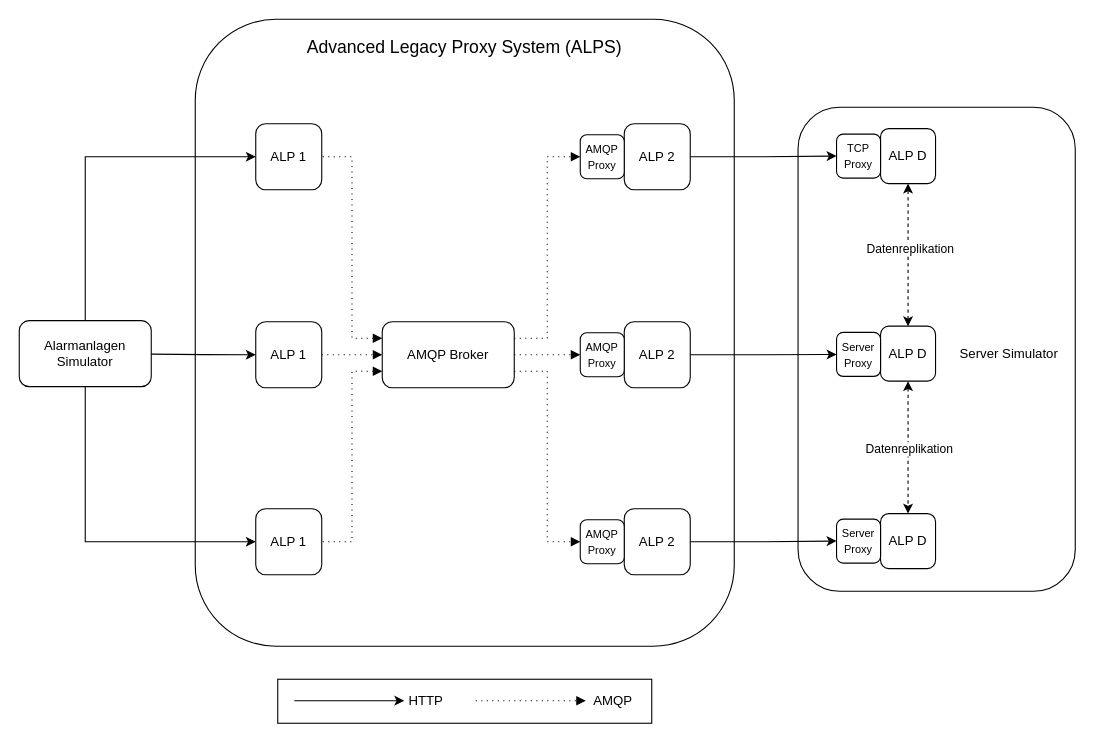
Earlier version of the draw.io diagram drawio/exp_alps.drawio (JadKHaddad/MT). Source tidied: cells renumbered, new cells numbered last; positions are measured from the earlier drawing's top-left corner, leaving out a move shared by most shapes. Both pictures are drawn from the tidied source at 110%, with x=0, y=0 at pixel (19, 19).
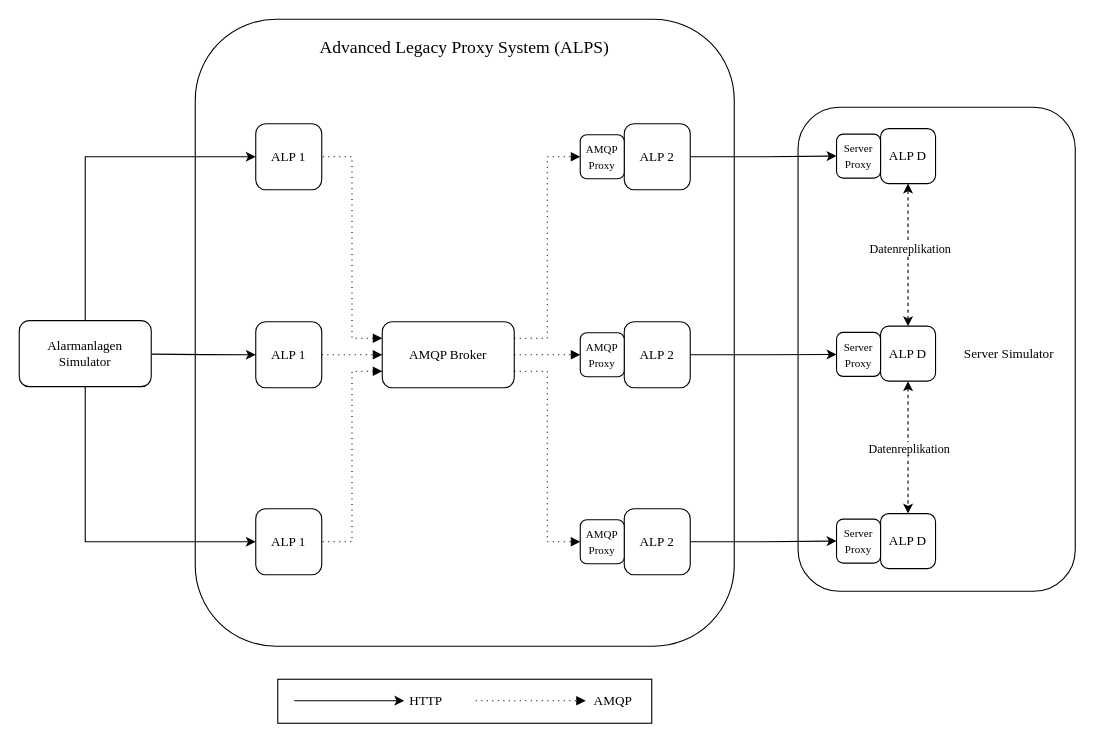
After the change.

The edit, as a diff of the source:
```diff
@@
-    <mxCell id="2" style="rounded=1;whiteSpace=wrap;html=1;textShadow=0;" parent="1" vertex="1">
+    <mxCell id="2" style="rounded=1;whiteSpace=wrap;html=1;textShadow=0;fontFamily=Times New Roman;" parent="1" vertex="1">
       <mxGeometry x="708" y="80" width="252" height="440" as="geometry" />
     </mxCell>
-    <mxCell id="3" style="rounded=1;whiteSpace=wrap;html=1;" parent="1" vertex="1">
+    <mxCell id="3" style="rounded=1;whiteSpace=wrap;html=1;fontFamily=Times New Roman;" parent="1" vertex="1">
       <mxGeometry x="160" width="490" height="570" as="geometry" />
     </mxCell>
-    <mxCell id="4" value="ALP 1" style="rounded=1;whiteSpace=wrap;html=1;" parent="1" vertex="1">
+    <mxCell id="4" value="ALP 1" style="rounded=1;whiteSpace=wrap;html=1;fontFamily=Times New Roman;" parent="1" vertex="1">
       <mxGeometry x="215" y="95" width="60" height="60" as="geometry" />
     </mxCell>
-    <mxCell id="5" style="edgeStyle=orthogonalEdgeStyle;rounded=0;jettySize=auto;html=1;" parent="1" edge="1" source="6" target="41">
+    <mxCell id="5" style="edgeStyle=orthogonalEdgeStyle;rounded=0;jettySize=auto;html=1;fontFamily=Times New Roman;" parent="1" edge="1" source="6" target="41">
       <mxGeometry relative="1" as="geometry" />
     </mxCell>
-    <mxCell id="6" value="ALP 2" style="rounded=1;whiteSpace=wrap;html=1;" parent="1" vertex="1">
+    <mxCell id="6" value="ALP 2" style="rounded=1;whiteSpace=wrap;html=1;fontFamily=Times New Roman;" parent="1" vertex="1">
       <mxGeometry x="550" y="95" width="60" height="60" as="geometry" />
     </mxCell>
-    <mxCell id="7" value="AMQP Broker" style="rounded=1;whiteSpace=wrap;html=1;" parent="1" vertex="1">
+    <mxCell id="7" value="AMQP Broker" style="rounded=1;whiteSpace=wrap;html=1;fontFamily=Times New Roman;" parent="1" vertex="1">
       <mxGeometry x="330" y="275" width="120" height="60" as="geometry" />
     </mxCell>
-    <mxCell id="8" style="edgeStyle=orthogonalEdgeStyle;rounded=0;jettySize=auto;html=1;exitX=1;exitY=0.5;exitDx=0;exitDy=0;entryX=0;entryY=0.5;entryDx=0;entryDy=0;dashed=1;dashPattern=1 4;endArrow=block;endFill=1;" parent="1" edge="1" source="14" target="7">
+    <mxCell id="8" style="edgeStyle=orthogonalEdgeStyle;rounded=0;jettySize=auto;html=1;exitX=1;exitY=0.5;exitDx=0;exitDy=0;entryX=0;entryY=0.5;entryDx=0;entryDy=0;dashed=1;dashPattern=1 4;endArrow=block;endFill=1;fontFamily=Times New Roman;" parent="1" edge="1" source="14" target="7">
       <mxGeometry relative="1" as="geometry" />
     </mxCell>
-    <mxCell id="9" style="edgeStyle=orthogonalEdgeStyle;rounded=0;jettySize=auto;html=1;entryX=0;entryY=0.5;entryDx=0;entryDy=0;" parent="1" edge="1" source="10" target="42">
+    <mxCell id="9" style="edgeStyle=orthogonalEdgeStyle;rounded=0;jettySize=auto;html=1;entryX=0;entryY=0.5;entryDx=0;entryDy=0;fontFamily=Times New Roman;" parent="1" edge="1" source="10" target="42">
       <mxGeometry relative="1" as="geometry" />
     </mxCell>
-    <mxCell id="10" value="ALP 2" style="rounded=1;whiteSpace=wrap;html=1;" parent="1" vertex="1">
+    <mxCell id="10" value="ALP 2" style="rounded=1;whiteSpace=wrap;html=1;fontFamily=Times New Roman;" parent="1" vertex="1">
       <mxGeometry x="550" y="275" width="60" height="60" as="geometry" />
     </mxCell>
-    <mxCell id="11" style="edgeStyle=orthogonalEdgeStyle;rounded=0;jettySize=auto;html=1;entryX=0;entryY=0.5;entryDx=0;entryDy=0;" parent="1" edge="1" source="12" target="43">
+    <mxCell id="11" style="edgeStyle=orthogonalEdgeStyle;rounded=0;jettySize=auto;html=1;entryX=0;entryY=0.5;entryDx=0;entryDy=0;fontFamily=Times New Roman;" parent="1" edge="1" source="12" target="43">
       <mxGeometry relative="1" as="geometry" />
     </mxCell>
-    <mxCell id="12" value="ALP 2" style="rounded=1;whiteSpace=wrap;html=1;" parent="1" vertex="1">
+    <mxCell id="12" value="ALP 2" style="rounded=1;whiteSpace=wrap;html=1;fontFamily=Times New Roman;" parent="1" vertex="1">
       <mxGeometry x="550" y="445" width="60" height="60" as="geometry" />
     </mxCell>
-    <mxCell id="13" style="edgeStyle=orthogonalEdgeStyle;rounded=0;jettySize=auto;html=1;exitX=0;exitY=0.25;exitDx=0;exitDy=0;dashed=1;dashPattern=1 4;endArrow=none;endFill=0;startArrow=block;startFill=1;entryX=1;entryY=0.5;entryDx=0;entryDy=0;" parent="1" edge="1" source="7" target="4">
+    <mxCell id="13" style="edgeStyle=orthogonalEdgeStyle;rounded=0;jettySize=auto;html=1;exitX=0;exitY=0.25;exitDx=0;exitDy=0;dashed=1;dashPattern=1 4;endArrow=none;endFill=0;startArrow=block;startFill=1;entryX=1;entryY=0.5;entryDx=0;entryDy=0;fontFamily=Times New Roman;" parent="1" edge="1" source="7" target="4">
       <mxGeometry relative="1" as="geometry" />
     </mxCell>
-    <mxCell id="14" value="ALP 1" style="rounded=1;whiteSpace=wrap;html=1;" parent="1" vertex="1">
+    <mxCell id="14" value="ALP 1" style="rounded=1;whiteSpace=wrap;html=1;fontFamily=Times New Roman;" parent="1" vertex="1">
       <mxGeometry x="215" y="275" width="60" height="60" as="geometry" />
     </mxCell>
-    <mxCell id="15" value="ALP 1" style="rounded=1;whiteSpace=wrap;html=1;" parent="1" vertex="1">
+    <mxCell id="15" value="ALP 1" style="rounded=1;whiteSpace=wrap;html=1;fontFamily=Times New Roman;" parent="1" vertex="1">
       <mxGeometry x="215" y="445" width="60" height="60" as="geometry" />
     </mxCell>
-    <mxCell id="16" value="Advanced Legacy Proxy System (ALPS)" style="text;html=1;whiteSpace=wrap;strokeColor=none;fillColor=none;align=center;verticalAlign=middle;rounded=0;fontSize=16;" parent="1" vertex="1">
+    <mxCell id="16" value="Advanced Legacy Proxy System (ALPS)" style="text;html=1;whiteSpace=wrap;strokeColor=none;fillColor=none;align=center;verticalAlign=middle;rounded=0;fontSize=16;fontFamily=Times New Roman;" parent="1" vertex="1">
       <mxGeometry x="260" y="10" width="290" height="30" as="geometry" />
     </mxCell>
-    <mxCell id="17" style="rounded=0;whiteSpace=wrap;html=1;" parent="1" vertex="1">
+    <mxCell id="17" style="rounded=0;whiteSpace=wrap;html=1;fontFamily=Times New Roman;" parent="1" vertex="1">
       <mxGeometry x="235" y="600" width="340" height="40" as="geometry" />
     </mxCell>
-    <mxCell id="18" style="endArrow=classic;html=1;rounded=0;" parent="1" edge="1">
+    <mxCell id="18" style="endArrow=classic;html=1;rounded=0;fontFamily=Times New Roman;" parent="1" edge="1">
       <mxGeometry relative="1" as="geometry">
         <mxPoint x="250" y="619.5" as="sourcePoint" />
         <mxPoint x="350" y="619.5" as="targetPoint" />
       </mxGeometry>
     </mxCell>
-    <mxCell id="19" value="HTTP" style="text;html=1;whiteSpace=wrap;strokeColor=none;fillColor=none;align=center;verticalAlign=middle;rounded=0;" parent="1" vertex="1">
+    <mxCell id="19" value="HTTP" style="text;html=1;whiteSpace=wrap;strokeColor=none;fillColor=none;align=center;verticalAlign=middle;rounded=0;fontFamily=Times New Roman;" parent="1" vertex="1">
       <mxGeometry x="340" y="605" width="60" height="30" as="geometry" />
     </mxCell>
-    <mxCell id="20" style="endArrow=block;html=1;rounded=0;dashed=1;dashPattern=1 4;endFill=1;" parent="1" edge="1">
+    <mxCell id="20" style="endArrow=block;html=1;rounded=0;dashed=1;dashPattern=1 4;endFill=1;fontFamily=Times New Roman;" parent="1" edge="1">
       <mxGeometry relative="1" as="geometry">
         <mxPoint x="415" y="619.5" as="sourcePoint" />
         <mxPoint x="515" y="619.5" as="targetPoint" />
       </mxGeometry>
     </mxCell>
-    <mxCell id="21" value="AMQP" style="text;html=1;whiteSpace=wrap;strokeColor=none;fillColor=none;align=center;verticalAlign=middle;rounded=0;" parent="1" vertex="1">
+    <mxCell id="21" value="AMQP" style="text;html=1;whiteSpace=wrap;strokeColor=none;fillColor=none;align=center;verticalAlign=middle;rounded=0;fontFamily=Times New Roman;" parent="1" vertex="1">
       <mxGeometry x="510" y="605" width="60" height="30" as="geometry" />
     </mxCell>
-    <mxCell id="22" style="edgeStyle=orthogonalEdgeStyle;rounded=0;jettySize=auto;html=1;exitX=0;exitY=0.75;exitDx=0;exitDy=0;dashed=1;dashPattern=1 4;endArrow=none;endFill=0;startArrow=block;startFill=1;entryX=1;entryY=0.5;entryDx=0;entryDy=0;" parent="1" edge="1" source="7" target="15">
+    <mxCell id="22" style="edgeStyle=orthogonalEdgeStyle;rounded=0;jettySize=auto;html=1;exitX=0;exitY=0.75;exitDx=0;exitDy=0;dashed=1;dashPattern=1 4;endArrow=none;endFill=0;startArrow=block;startFill=1;entryX=1;entryY=0.5;entryDx=0;entryDy=0;fontFamily=Times New Roman;" parent="1" edge="1" source="7" target="15">
       <mxGeometry relative="1" as="geometry" />
     </mxCell>
-    <mxCell id="23" style="edgeStyle=orthogonalEdgeStyle;rounded=0;jettySize=auto;html=1;exitX=1;exitY=0.5;exitDx=0;exitDy=0;entryX=0;entryY=0.5;entryDx=0;entryDy=0;dashed=1;dashPattern=1 4;endArrow=block;endFill=1;" parent="1" edge="1" source="7" target="35">
+    <mxCell id="23" style="edgeStyle=orthogonalEdgeStyle;rounded=0;jettySize=auto;html=1;exitX=1;exitY=0.5;exitDx=0;exitDy=0;entryX=0;entryY=0.5;entryDx=0;entryDy=0;dashed=1;dashPattern=1 4;endArrow=block;endFill=1;fontFamily=Times New Roman;" parent="1" edge="1" source="7" target="35">
       <mxGeometry relative="1" as="geometry" />
     </mxCell>
-    <mxCell id="24" style="edgeStyle=orthogonalEdgeStyle;rounded=0;jettySize=auto;html=1;exitX=1;exitY=0.75;exitDx=0;exitDy=0;entryX=0;entryY=0.5;entryDx=0;entryDy=0;dashed=1;dashPattern=1 4;endArrow=block;endFill=1;" parent="1" edge="1" source="7" target="36">
+    <mxCell id="24" style="edgeStyle=orthogonalEdgeStyle;rounded=0;jettySize=auto;html=1;exitX=1;exitY=0.75;exitDx=0;exitDy=0;entryX=0;entryY=0.5;entryDx=0;entryDy=0;dashed=1;dashPattern=1 4;endArrow=block;endFill=1;fontFamily=Times New Roman;" parent="1" edge="1" source="7" target="36">
       <mxGeometry relative="1" as="geometry" />
     </mxCell>
-    <mxCell id="25" style="edgeStyle=orthogonalEdgeStyle;rounded=0;jettySize=auto;html=1;exitX=1;exitY=0.25;exitDx=0;exitDy=0;entryX=0;entryY=0.5;entryDx=0;entryDy=0;dashed=1;dashPattern=1 4;endArrow=block;endFill=1;" parent="1" edge="1" source="7" target="34">
+    <mxCell id="25" style="edgeStyle=orthogonalEdgeStyle;rounded=0;jettySize=auto;html=1;exitX=1;exitY=0.25;exitDx=0;exitDy=0;entryX=0;entryY=0.5;entryDx=0;entryDy=0;dashed=1;dashPattern=1 4;endArrow=block;endFill=1;fontFamily=Times New Roman;" parent="1" edge="1" source="7" target="34">
       <mxGeometry relative="1" as="geometry" />
     </mxCell>
-    <mxCell id="26" value="ALP D" style="rounded=1;whiteSpace=wrap;html=1;" parent="1" vertex="1">
+    <mxCell id="26" value="ALP D" style="rounded=1;whiteSpace=wrap;html=1;fontFamily=Times New Roman;" parent="1" vertex="1">
       <mxGeometry x="783" y="279" width="50" height="50" as="geometry" />
     </mxCell>
-    <mxCell id="27" value="ALP D" style="rounded=1;whiteSpace=wrap;html=1;" parent="1" vertex="1">
+    <mxCell id="27" value="ALP D" style="rounded=1;whiteSpace=wrap;html=1;fontFamily=Times New Roman;" parent="1" vertex="1">
       <mxGeometry x="783" y="449.4" width="50" height="50" as="geometry" />
     </mxCell>
-    <mxCell id="28" style="edgeStyle=orthogonalEdgeStyle;rounded=0;jettySize=auto;html=1;exitX=0.5;exitY=1;exitDx=0;exitDy=0;entryX=0.5;entryY=0;entryDx=0;entryDy=0;dashed=1;startArrow=classic;startFill=1;" parent="1" edge="1" source="26" target="27">
+    <mxCell id="28" style="edgeStyle=orthogonalEdgeStyle;rounded=0;jettySize=auto;html=1;exitX=0.5;exitY=1;exitDx=0;exitDy=0;entryX=0.5;entryY=0;entryDx=0;entryDy=0;dashed=1;startArrow=classic;startFill=1;fontFamily=Times New Roman;" parent="1" edge="1" source="26" target="27">
       <mxGeometry relative="1" as="geometry" />
     </mxCell>
-    <mxCell id="29" value="Datenreplikation" style="edgeLabel;html=1;align=center;verticalAlign=middle;" parent="28" vertex="1">
+    <mxCell id="29" value="Datenreplikation" style="edgeLabel;html=1;align=center;verticalAlign=middle;fontFamily=Times New Roman;" parent="28" vertex="1">
       <mxGeometry x="-0.09" y="1" relative="1" as="geometry">
         <mxPoint x="-1" y="6" as="offset" />
       </mxGeometry>
     </mxCell>
-    <mxCell id="30" style="edgeStyle=orthogonalEdgeStyle;rounded=0;jettySize=auto;html=1;exitX=0.5;exitY=0;exitDx=0;exitDy=0;entryX=0;entryY=0.5;entryDx=0;entryDy=0;" parent="1" edge="1" target="4">
+    <mxCell id="30" style="edgeStyle=orthogonalEdgeStyle;rounded=0;jettySize=auto;html=1;exitX=0.5;exitY=0;exitDx=0;exitDy=0;entryX=0;entryY=0.5;entryDx=0;entryDy=0;fontFamily=Times New Roman;" parent="1" edge="1" target="4">
       <mxGeometry relative="1" as="geometry">
         <mxPoint x="60" y="274.4" as="sourcePoint" />
         <Array as="points">
           <mxPoint x="60" y="125" />
         </Array>
       </mxGeometry>
     </mxCell>
-    <mxCell id="31" style="edgeStyle=orthogonalEdgeStyle;rounded=0;jettySize=auto;html=1;exitX=1;exitY=0.5;exitDx=0;exitDy=0;entryX=0;entryY=0.5;entryDx=0;entryDy=0;" parent="1" edge="1" target="14">
+    <mxCell id="31" style="edgeStyle=orthogonalEdgeStyle;rounded=0;jettySize=auto;html=1;exitX=1;exitY=0.5;exitDx=0;exitDy=0;entryX=0;entryY=0.5;entryDx=0;entryDy=0;fontFamily=Times New Roman;" parent="1" edge="1" target="14">
       <mxGeometry relative="1" as="geometry">
         <mxPoint x="120" y="304.4" as="sourcePoint" />
       </mxGeometry>
     </mxCell>
-    <mxCell id="32" style="edgeStyle=orthogonalEdgeStyle;rounded=0;jettySize=auto;html=1;" parent="1" edge="1" target="15">
+    <mxCell id="32" style="edgeStyle=orthogonalEdgeStyle;rounded=0;jettySize=auto;html=1;fontFamily=Times New Roman;" parent="1" edge="1" target="15">
       <mxGeometry relative="1" as="geometry">
         <mxPoint x="60" y="334.4" as="sourcePoint" />
         <Array as="points">
           <mxPoint x="60" y="475" />
         </Array>
       </mxGeometry>
     </mxCell>
-    <mxCell id="33" value="Alarmanlagen&lt;div&gt;Simulator&lt;/div&gt;" style="rounded=1;whiteSpace=wrap;html=1;" parent="1" vertex="1">
+    <mxCell id="33" value="Alarmanlagen&lt;div&gt;Simulator&lt;/div&gt;" style="rounded=1;whiteSpace=wrap;html=1;fontFamily=Times New Roman;" parent="1" vertex="1">
       <mxGeometry y="274" width="120" height="60" as="geometry" />
     </mxCell>
-    <mxCell id="34" value="&lt;span style=&quot;font-size: 10px;&quot;&gt;AMQP Proxy&lt;/span&gt;" style="rounded=1;whiteSpace=wrap;html=1;" parent="1" vertex="1">
+    <mxCell id="34" value="&lt;span style=&quot;font-size: 10px;&quot;&gt;AMQP Proxy&lt;/span&gt;" style="rounded=1;whiteSpace=wrap;html=1;fontFamily=Times New Roman;" parent="1" vertex="1">
       <mxGeometry x="510" y="105" width="40" height="40" as="geometry" />
     </mxCell>
-    <mxCell id="35" value="&lt;span style=&quot;font-size: 10px;&quot;&gt;AMQP Proxy&lt;/span&gt;" style="rounded=1;whiteSpace=wrap;html=1;" parent="1" vertex="1">
+    <mxCell id="35" value="&lt;span style=&quot;font-size: 10px;&quot;&gt;AMQP Proxy&lt;/span&gt;" style="rounded=1;whiteSpace=wrap;html=1;fontFamily=Times New Roman;" parent="1" vertex="1">
       <mxGeometry x="510" y="285" width="40" height="40" as="geometry" />
     </mxCell>
-    <mxCell id="36" value="&lt;span style=&quot;font-size: 10px;&quot;&gt;AMQP Proxy&lt;/span&gt;" style="rounded=1;whiteSpace=wrap;html=1;" parent="1" vertex="1">
+    <mxCell id="36" value="&lt;span style=&quot;font-size: 10px;&quot;&gt;AMQP Proxy&lt;/span&gt;" style="rounded=1;whiteSpace=wrap;html=1;fontFamily=Times New Roman;" parent="1" vertex="1">
       <mxGeometry x="510" y="455" width="40" height="40" as="geometry" />
     </mxCell>
-    <mxCell id="37" value="ALP D" style="rounded=1;whiteSpace=wrap;html=1;" parent="1" vertex="1">
+    <mxCell id="37" value="ALP D" style="rounded=1;whiteSpace=wrap;html=1;fontFamily=Times New Roman;" parent="1" vertex="1">
       <mxGeometry x="783" y="99.4" width="50" height="50" as="geometry" />
     </mxCell>
-    <mxCell id="38" style="edgeStyle=orthogonalEdgeStyle;rounded=0;jettySize=auto;html=1;entryX=0.5;entryY=0;entryDx=0;entryDy=0;dashed=1;startArrow=classic;startFill=1;" parent="1" edge="1" source="37" target="26">
+    <mxCell id="38" style="edgeStyle=orthogonalEdgeStyle;rounded=0;jettySize=auto;html=1;entryX=0.5;entryY=0;entryDx=0;entryDy=0;dashed=1;startArrow=classic;startFill=1;fontFamily=Times New Roman;" parent="1" edge="1" source="37" target="26">
       <mxGeometry relative="1" as="geometry" />
     </mxCell>
-    <mxCell id="39" value="Datenreplikation" style="edgeLabel;html=1;align=center;verticalAlign=middle;" parent="38" vertex="1">
+    <mxCell id="39" value="Datenreplikation" style="edgeLabel;html=1;align=center;verticalAlign=middle;fontFamily=Times New Roman;" parent="38" vertex="1">
       <mxGeometry x="-0.09" y="1" relative="1" as="geometry" />
     </mxCell>
-    <mxCell id="40" value="Server&amp;nbsp;&lt;span style=&quot;background-color: transparent; color: light-dark(rgb(0, 0, 0), rgb(255, 255, 255));&quot;&gt;Simulator&lt;/span&gt;" style="text;html=1;whiteSpace=wrap;strokeColor=none;fillColor=none;align=center;verticalAlign=middle;rounded=0;" parent="1" vertex="1">
+    <mxCell id="40" value="Server&amp;nbsp;&lt;span style=&quot;background-color: transparent; color: light-dark(rgb(0, 0, 0), rgb(255, 255, 255));&quot;&gt;Simulator&lt;/span&gt;" style="text;html=1;whiteSpace=wrap;strokeColor=none;fillColor=none;align=center;verticalAlign=middle;rounded=0;fontFamily=Times New Roman;" parent="1" vertex="1">
       <mxGeometry x="870" y="289" width="60" height="30" as="geometry" />
     </mxCell>
-    <mxCell id="41" value="&lt;span style=&quot;font-size: 10px;&quot;&gt;TCP Proxy&lt;/span&gt;" style="rounded=1;whiteSpace=wrap;html=1;" parent="1" vertex="1">
+    <mxCell id="41" value="&lt;span style=&quot;font-size: 10px;&quot;&gt;Server Proxy&lt;/span&gt;" style="rounded=1;whiteSpace=wrap;html=1;fontFamily=Times New Roman;" parent="1" vertex="1">
       <mxGeometry x="743" y="104.4" width="40" height="40" as="geometry" />
     </mxCell>
-    <mxCell id="42" value="&lt;span style=&quot;font-size: 10px;&quot;&gt;Server Proxy&lt;/span&gt;" style="rounded=1;whiteSpace=wrap;html=1;" parent="1" vertex="1">
+    <mxCell id="42" value="&lt;span style=&quot;font-size: 10px;&quot;&gt;Server Proxy&lt;/span&gt;" style="rounded=1;whiteSpace=wrap;html=1;fontFamily=Times New Roman;" parent="1" vertex="1">
       <mxGeometry x="743" y="284.7" width="40" height="40" as="geometry" />
     </mxCell>
-    <mxCell id="43" value="&lt;span style=&quot;font-size: 10px;&quot;&gt;Server Proxy&lt;/span&gt;" style="rounded=1;whiteSpace=wrap;html=1;" parent="1" vertex="1">
+    <mxCell id="43" value="&lt;span style=&quot;font-size: 10px;&quot;&gt;Server Proxy&lt;/span&gt;" style="rounded=1;whiteSpace=wrap;html=1;fontFamily=Times New Roman;" parent="1" vertex="1">
       <mxGeometry x="743" y="454.4" width="40" height="40" as="geometry" />
     </mxCell>
```
